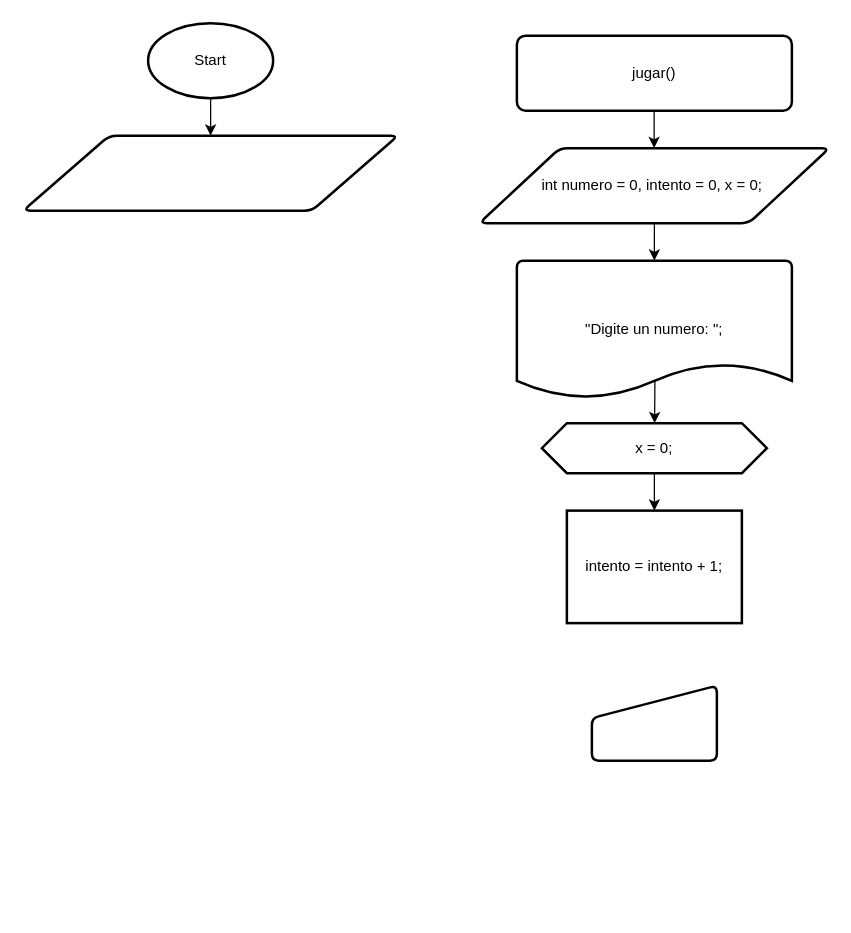
This is NumeroAleatorio.drawio from AnthonyLozadaAlexander/DiagramaDeFlujos, a draw.io file, before an edit. Source tidied: cells renumbered, new cells numbered last; positions are measured from the earlier drawing's top-left corner, leaving out a move shared by most shapes. Both pictures are drawn from the tidied source at 125%, with x=0, y=0 at pixel (22, 22).
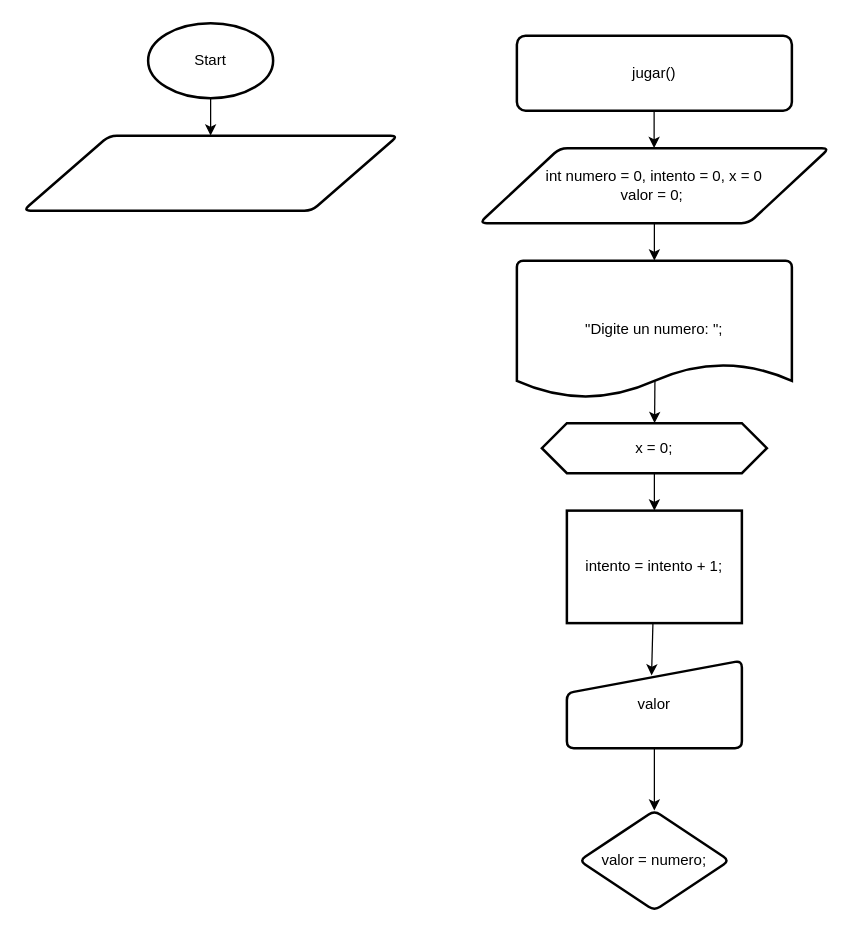
After the change.

Commit message:
Actualizar diagrama de flujo del método de números aleatorios para corregir la declaración de variables y mejorar la lógica de flujo.

The edit, as a diff of the source:
```diff
@@
 <mxGraphModel>
   <root>
     <mxCell id="0" />
     <mxCell id="1" parent="0" />
     <mxCell id="2" style="edgeStyle=none;html=1;entryX=0.5;entryY=0;entryDx=0;entryDy=0;" parent="1" edge="1" source="3" target="4">
       <mxGeometry relative="1" as="geometry" />
     </mxCell>
     <mxCell id="3" value="Start" style="strokeWidth=2;html=1;shape=mxgraph.flowchart.start_1;whiteSpace=wrap;" parent="1" vertex="1">
       <mxGeometry x="100" width="100" height="60" as="geometry" />
     </mxCell>
     <mxCell id="4" style="shape=parallelogram;html=1;strokeWidth=2;perimeter=parallelogramPerimeter;whiteSpace=wrap;rounded=1;arcSize=12;size=0.23;" parent="1" vertex="1">
       <mxGeometry y="90" width="300" height="60" as="geometry" />
     </mxCell>
     <mxCell id="5" value="jugar()" style="rounded=1;whiteSpace=wrap;html=1;absoluteArcSize=1;arcSize=14;strokeWidth=2;" parent="1" vertex="1">
       <mxGeometry x="395" y="10" width="220" height="60" as="geometry" />
     </mxCell>
-    <mxCell id="6" value="int numero = 0, intento = 0, x = 0;&amp;nbsp;" style="shape=parallelogram;html=1;strokeWidth=2;perimeter=parallelogramPerimeter;whiteSpace=wrap;rounded=1;arcSize=12;size=0.23;" parent="1" vertex="1">
+    <mxCell id="6" value="int numero = 0, intento = 0, x = 0&lt;div&gt;valor = 0;&amp;nbsp;&lt;/div&gt;" style="shape=parallelogram;html=1;strokeWidth=2;perimeter=parallelogramPerimeter;whiteSpace=wrap;rounded=1;arcSize=12;size=0.23;" parent="1" vertex="1">
       <mxGeometry x="365" y="100" width="280" height="60" as="geometry" />
     </mxCell>
     <mxCell id="7" style="edgeStyle=none;html=1;exitX=0.502;exitY=0.878;exitDx=0;exitDy=0;exitPerimeter=0;" parent="1" edge="1" source="8" target="12">
       <mxGeometry relative="1" as="geometry" />
     </mxCell>
     <mxCell id="8" value="&quot;Digite un numero: &quot;;" style="strokeWidth=2;html=1;shape=mxgraph.flowchart.document2;whiteSpace=wrap;size=0.25;" parent="1" vertex="1">
       <mxGeometry x="395" y="190" width="220" height="110" as="geometry" />
     </mxCell>
     <mxCell id="9" style="edgeStyle=none;html=1;entryX=0.5;entryY=0;entryDx=0;entryDy=0;entryPerimeter=0;" parent="1" edge="1" source="6" target="8">
       <mxGeometry relative="1" as="geometry" />
     </mxCell>
     <mxCell id="10" style="edgeStyle=none;html=1;entryX=0.5;entryY=0;entryDx=0;entryDy=0;entryPerimeter=0;" parent="1" edge="1">
       <mxGeometry relative="1" as="geometry">
         <mxPoint x="504.8" y="70" as="sourcePoint" />
         <mxPoint x="504.8" y="100" as="targetPoint" />
       </mxGeometry>
     </mxCell>
     <mxCell id="11" style="edgeStyle=none;html=1;" parent="1" edge="1" source="12" target="13">
       <mxGeometry relative="1" as="geometry" />
     </mxCell>
     <mxCell id="12" value="x = 0;" style="whiteSpace=wrap;html=1;strokeWidth=2;shape=hexagon;perimeter=hexagonPerimeter2;fixedSize=1;" parent="1" vertex="1">
       <mxGeometry x="415" y="320" width="180" height="40" as="geometry" />
     </mxCell>
     <mxCell id="13" value="intento = intento + 1;" style="whiteSpace=wrap;html=1;strokeWidth=2;" parent="1" vertex="1">
       <mxGeometry x="435" y="390" width="140" height="90" as="geometry" />
     </mxCell>
+    <mxCell id="15" style="edgeStyle=none;html=1;" parent="1" edge="1" source="14" target="17">
+      <mxGeometry relative="1" as="geometry" />
+    </mxCell>
-    <mxCell id="14" style="html=1;strokeWidth=2;shape=manualInput;whiteSpace=wrap;rounded=1;size=26;arcSize=11;" parent="1" vertex="1">
-      <mxGeometry x="455" y="530" width="100" height="60" as="geometry" />
+    <mxCell id="14" value="valor" style="html=1;strokeWidth=2;shape=manualInput;whiteSpace=wrap;rounded=1;size=26;arcSize=11;" parent="1" vertex="1">
+      <mxGeometry x="435" y="510" width="140" height="70" as="geometry" />
     </mxCell>
+    <mxCell id="16" style="edgeStyle=none;html=1;entryX=0.484;entryY=0.169;entryDx=0;entryDy=0;entryPerimeter=0;" parent="1" edge="1" source="13" target="14">
+      <mxGeometry relative="1" as="geometry" />
+    </mxCell>
+    <mxCell id="17" value="valor = numero;" style="rhombus;whiteSpace=wrap;html=1;strokeWidth=2;rounded=1;arcSize=11;" parent="1" vertex="1">
+      <mxGeometry x="445" y="630" width="120" height="80" as="geometry" />
+    </mxCell>
   </root>
 </mxGraphModel>
```
